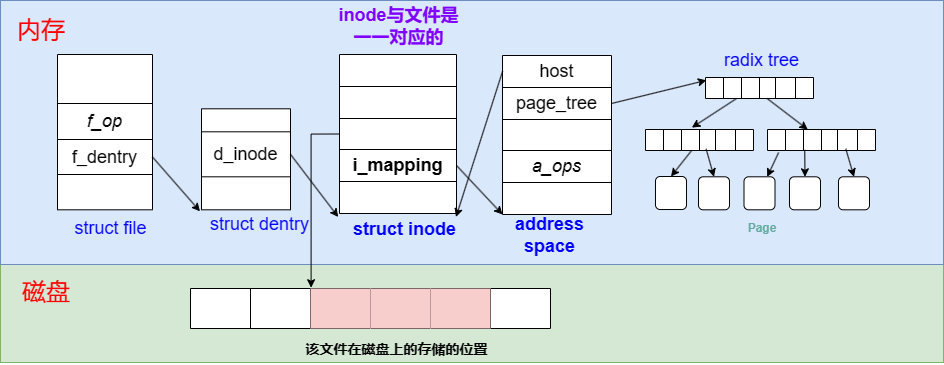
SixPlusAndTimes/drawio keeps this draw.io diagram as OS/mmap/mmap.drawio.png. Above is the earlier version. Source tidied: cells renumbered, new cells last; positions are measured from the earlier drawing's top-left corner, leaving out a move shared by most shapes.
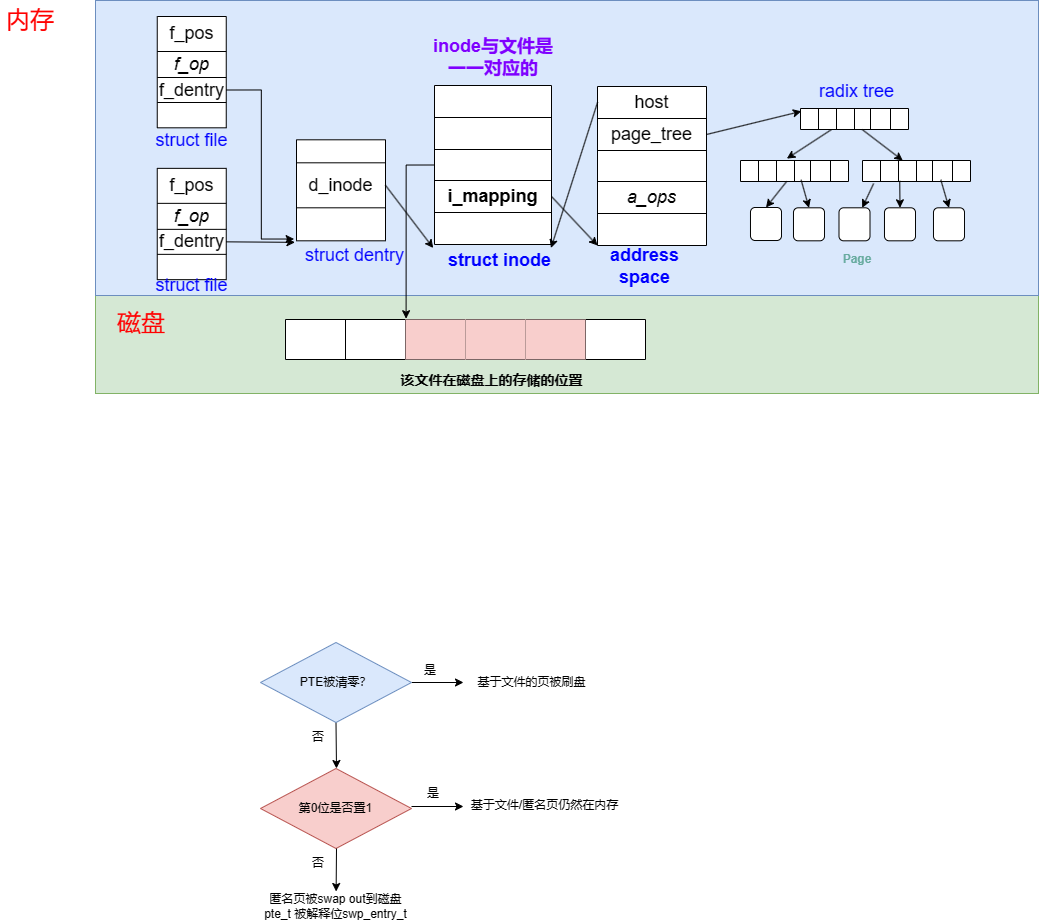
Above is the later version.

Diff of the diagram source:
```diff
@@ -6,37 +6,37 @@
       <mxGeometry y="264" width="943" height="98" as="geometry" />
     </mxCell>
     <mxCell id="3" style="rounded=0;whiteSpace=wrap;html=1;fillColor=#dae8fc;strokeColor=#6c8ebf;" parent="1" vertex="1">
-      <mxGeometry width="943" height="264" as="geometry" />
+      <mxGeometry y="-31" width="943" height="295" as="geometry" />
     </mxCell>
     <mxCell id="4" style="shape=table;startSize=0;" parent="1" vertex="1">
-      <mxGeometry x="57" y="54" width="95" height="155.3" as="geometry" />
+      <mxGeometry x="61.8" y="136.9" width="69" height="111.3" as="geometry" />
     </mxCell>
     <mxCell id="5" style="shape=tableRow;horizontal=0;startSize=0;swimlaneHead=0;swimlaneBody=0;strokeColor=inherit;top=0;left=0;bottom=0;right=0;fillColor=none;" parent="4" vertex="1">
-      <mxGeometry width="95" height="49" as="geometry" />
+      <mxGeometry width="69" height="35" as="geometry" />
     </mxCell>
-    <mxCell id="6" style="shape=partialRectangle;html=1;whiteSpace=wrap;strokeColor=inherit;overflow=hidden;fillColor=none;top=0;left=0;bottom=0;right=0;" parent="5" vertex="1">
-      <mxGeometry width="95" height="49" as="geometry" />
+    <mxCell id="6" value="&lt;font style=&quot;font-size: 18px;&quot;&gt;f_pos&lt;/font&gt;" style="shape=partialRectangle;html=1;whiteSpace=wrap;strokeColor=inherit;overflow=hidden;fillColor=none;top=0;left=0;bottom=0;right=0;" parent="5" vertex="1">
+      <mxGeometry width="69" height="35" as="geometry" />
     </mxCell>
     <mxCell id="7" style="shape=tableRow;horizontal=0;startSize=0;swimlaneHead=0;swimlaneBody=0;strokeColor=inherit;top=0;left=0;bottom=0;right=0;fillColor=none;" parent="4" vertex="1">
-      <mxGeometry y="49" width="95" height="36" as="geometry" />
+      <mxGeometry y="35" width="69" height="26" as="geometry" />
     </mxCell>
     <mxCell id="8" value="&lt;font style=&quot;font-size: 18px;&quot;&gt;&lt;i&gt;f_op&lt;/i&gt;&lt;/font&gt;" style="shape=partialRectangle;html=1;whiteSpace=wrap;strokeColor=inherit;overflow=hidden;fillColor=none;top=0;left=0;bottom=0;right=0;" parent="7" vertex="1">
-      <mxGeometry width="95" height="36" as="geometry" />
+      <mxGeometry width="69" height="26" as="geometry" />
     </mxCell>
     <mxCell id="9" style="shape=tableRow;horizontal=0;startSize=0;swimlaneHead=0;swimlaneBody=0;strokeColor=inherit;top=0;left=0;bottom=0;right=0;fillColor=none;points=[[0,0.5],[1,0.5]];portConstraint=eastwest;" parent="4" vertex="1">
-      <mxGeometry y="85" width="95" height="35" as="geometry" />
+      <mxGeometry y="61" width="69" height="25" as="geometry" />
     </mxCell>
     <mxCell id="10" value="&lt;font style=&quot;font-size: 18px;&quot;&gt;f_dentry&lt;/font&gt;" style="shape=partialRectangle;html=1;whiteSpace=wrap;strokeColor=inherit;overflow=hidden;fillColor=none;top=0;left=0;bottom=0;right=0;" parent="9" vertex="1">
-      <mxGeometry width="95" height="35" as="geometry" />
+      <mxGeometry width="69" height="25" as="geometry" />
     </mxCell>
     <mxCell id="11" style="shape=tableRow;horizontal=0;startSize=0;swimlaneHead=0;swimlaneBody=0;strokeColor=inherit;top=0;left=0;bottom=0;right=0;fillColor=none;" parent="4" vertex="1">
-      <mxGeometry y="120" width="95" height="35" as="geometry" />
+      <mxGeometry y="86" width="69" height="25" as="geometry" />
     </mxCell>
     <mxCell id="12" style="shape=partialRectangle;html=1;whiteSpace=wrap;strokeColor=inherit;overflow=hidden;fillColor=none;top=0;left=0;bottom=0;right=0;" parent="11" vertex="1">
-      <mxGeometry width="95" height="35" as="geometry" />
+      <mxGeometry width="69" height="25" as="geometry" />
     </mxCell>
     <mxCell id="13" value="&lt;font color=&quot;#0000ff&quot; style=&quot;font-size: 18px;&quot;&gt;struct file&lt;/font&gt;" style="text;html=1;strokeColor=none;fillColor=none;align=center;verticalAlign=middle;whiteSpace=wrap;rounded=0;" parent="1" vertex="1">
-      <mxGeometry x="67.5" y="213" width="84.5" height="30" as="geometry" />
+      <mxGeometry x="54" y="239.3" width="84.5" height="30" as="geometry" />
     </mxCell>
     <mxCell id="14" value="&lt;font color=&quot;#0000ff&quot; style=&quot;font-size: 18px;&quot;&gt;struct dentry&lt;/font&gt;" style="text;html=1;strokeColor=none;fillColor=none;align=center;verticalAlign=middle;whiteSpace=wrap;rounded=0;" parent="1" vertex="1">
       <mxGeometry x="203" y="209.3" width="113" height="30" as="geometry" />
@@ -144,7 +144,7 @@
       <mxGeometry relative="1" as="geometry" />
     </mxCell>
     <mxCell id="49" value="&lt;font color=&quot;#ff0000&quot; style=&quot;font-size: 24px;&quot;&gt;内存&lt;/font&gt;" style="text;html=1;strokeColor=none;fillColor=none;align=center;verticalAlign=middle;whiteSpace=wrap;rounded=0;" parent="1" vertex="1">
-      <mxGeometry x="11" y="15" width="60" height="30" as="geometry" />
+      <mxGeometry x="-95" y="-26" width="60" height="30" as="geometry" />
     </mxCell>
     <mxCell id="50" style="shape=table;startSize=0;" parent="1" vertex="1">
       <mxGeometry x="705" y="77" width="108" height="21" as="geometry" />
@@ -302,5 +302,84 @@
     <mxCell id="101" value="&lt;b&gt;&lt;font style=&quot;font-size: 14px;&quot;&gt;该文件在磁盘上的存储的位置&lt;/font&gt;&lt;/b&gt;" style="text;html=1;strokeColor=none;fillColor=none;align=center;verticalAlign=middle;whiteSpace=wrap;rounded=0;" parent="1" vertex="1">
       <mxGeometry x="300" y="334" width="193" height="30" as="geometry" />
     </mxCell>
+    <mxCell id="102" style="edgeStyle=orthogonalEdgeStyle;rounded=0;jettySize=auto;html=1;exitX=1;exitY=0.5;exitDx=0;exitDy=0;" parent="1" edge="1" source="104" target="105">
+      <mxGeometry relative="1" as="geometry" />
+    </mxCell>
+    <mxCell id="103" style="rounded=0;jettySize=auto;html=1;exitX=0.5;exitY=1;exitDx=0;exitDy=0;" parent="1" edge="1" source="104">
+      <mxGeometry relative="1" as="geometry">
+        <mxPoint x="241" y="737" as="targetPoint" />
+      </mxGeometry>
+    </mxCell>
+    <mxCell id="104" value="PTE被清零？" style="rhombus;whiteSpace=wrap;html=1;fillColor=#dae8fc;strokeColor=#6c8ebf;" parent="1" vertex="1">
+      <mxGeometry x="165" y="611" width="151" height="80" as="geometry" />
+    </mxCell>
+    <mxCell id="105" value="基于文件的页被刷盘" style="text;html=1;strokeColor=none;fillColor=none;align=center;verticalAlign=middle;whiteSpace=wrap;rounded=0;" parent="1" vertex="1">
+      <mxGeometry x="368" y="636" width="137" height="30" as="geometry" />
+    </mxCell>
+    <mxCell id="106" value="是" style="text;html=1;strokeColor=none;fillColor=none;align=center;verticalAlign=middle;whiteSpace=wrap;rounded=0;" parent="1" vertex="1">
+      <mxGeometry x="305" y="624" width="60" height="30" as="geometry" />
+    </mxCell>
+    <mxCell id="107" value="否" style="text;html=1;strokeColor=none;fillColor=none;align=center;verticalAlign=middle;whiteSpace=wrap;rounded=0;" parent="1" vertex="1">
+      <mxGeometry x="193" y="691" width="60" height="30" as="geometry" />
+    </mxCell>
+    <mxCell id="108" value="第0位是否置1" style="rhombus;whiteSpace=wrap;html=1;fillColor=#f8cecc;strokeColor=#b85450;" parent="1" vertex="1">
+      <mxGeometry x="165" y="737" width="151" height="80" as="geometry" />
+    </mxCell>
+    <mxCell id="109" style="edgeStyle=orthogonalEdgeStyle;rounded=0;orthogonalLoop=1;jettySize=auto;html=1;exitX=1;exitY=0.5;exitDx=0;exitDy=0;" parent="1" edge="1">
+      <mxGeometry relative="1" as="geometry">
+        <mxPoint x="316" y="775" as="sourcePoint" />
+        <mxPoint x="368" y="775" as="targetPoint" />
+      </mxGeometry>
+    </mxCell>
+    <mxCell id="110" value="基于文件/匿名页仍然在内存" style="text;html=1;strokeColor=none;fillColor=none;align=center;verticalAlign=middle;whiteSpace=wrap;rounded=0;" parent="1" vertex="1">
+      <mxGeometry x="365" y="759" width="169" height="30" as="geometry" />
+    </mxCell>
+    <mxCell id="111" value="是" style="text;html=1;strokeColor=none;fillColor=none;align=center;verticalAlign=middle;whiteSpace=wrap;rounded=0;" parent="1" vertex="1">
+      <mxGeometry x="308" y="747" width="60" height="30" as="geometry" />
+    </mxCell>
+    <mxCell id="112" style="rounded=0;jettySize=auto;html=1;exitX=0.5;exitY=1;exitDx=0;exitDy=0;" parent="1" edge="1" target="114">
+      <mxGeometry relative="1" as="geometry">
+        <mxPoint x="241" y="817" as="sourcePoint" />
+      </mxGeometry>
+    </mxCell>
+    <mxCell id="113" value="否" style="text;html=1;strokeColor=none;fillColor=none;align=center;verticalAlign=middle;whiteSpace=wrap;rounded=0;" parent="1" vertex="1">
+      <mxGeometry x="193" y="817" width="60" height="30" as="geometry" />
+    </mxCell>
+    <mxCell id="114" value="匿名页被swap out到磁盘&lt;br&gt;pte_t 被解释位swp_entry_t" style="text;html=1;strokeColor=none;fillColor=none;align=center;verticalAlign=middle;whiteSpace=wrap;rounded=0;" parent="1" vertex="1">
+      <mxGeometry x="156" y="860" width="169" height="30" as="geometry" />
+    </mxCell>
+    <mxCell id="115" value="&lt;font color=&quot;#0000ff&quot; style=&quot;font-size: 18px;&quot;&gt;struct file&lt;/font&gt;" style="text;html=1;strokeColor=none;fillColor=none;align=center;verticalAlign=middle;whiteSpace=wrap;rounded=0;" parent="1" vertex="1">
+      <mxGeometry x="54" y="94" width="84.5" height="30" as="geometry" />
+    </mxCell>
+    <mxCell id="116" style="shape=table;startSize=0;" parent="1" vertex="1">
+      <mxGeometry x="61.8" y="-15" width="69" height="111.3" as="geometry" />
+    </mxCell>
+    <mxCell id="117" style="shape=tableRow;horizontal=0;startSize=0;swimlaneHead=0;swimlaneBody=0;strokeColor=inherit;top=0;left=0;bottom=0;right=0;fillColor=none;" parent="116" vertex="1">
+      <mxGeometry width="69" height="35" as="geometry" />
+    </mxCell>
+    <mxCell id="118" value="&lt;font style=&quot;font-size: 18px;&quot;&gt;f_pos&lt;/font&gt;" style="shape=partialRectangle;html=1;whiteSpace=wrap;strokeColor=inherit;overflow=hidden;fillColor=none;top=0;left=0;bottom=0;right=0;" parent="117" vertex="1">
+      <mxGeometry width="69" height="35" as="geometry" />
+    </mxCell>
+    <mxCell id="119" style="shape=tableRow;horizontal=0;startSize=0;swimlaneHead=0;swimlaneBody=0;strokeColor=inherit;top=0;left=0;bottom=0;right=0;fillColor=none;" parent="116" vertex="1">
+      <mxGeometry y="35" width="69" height="26" as="geometry" />
+    </mxCell>
+    <mxCell id="120" value="&lt;font style=&quot;font-size: 18px;&quot;&gt;&lt;i&gt;f_op&lt;/i&gt;&lt;/font&gt;" style="shape=partialRectangle;html=1;whiteSpace=wrap;strokeColor=inherit;overflow=hidden;fillColor=none;top=0;left=0;bottom=0;right=0;" parent="119" vertex="1">
+      <mxGeometry width="69" height="26" as="geometry" />
+    </mxCell>
+    <mxCell id="121" style="shape=tableRow;horizontal=0;startSize=0;swimlaneHead=0;swimlaneBody=0;strokeColor=inherit;top=0;left=0;bottom=0;right=0;fillColor=none;points=[[0,0.5],[1,0.5]];portConstraint=eastwest;" parent="116" vertex="1">
+      <mxGeometry y="61" width="69" height="25" as="geometry" />
+    </mxCell>
+    <mxCell id="122" value="&lt;font style=&quot;font-size: 18px;&quot;&gt;f_dentry&lt;/font&gt;" style="shape=partialRectangle;html=1;whiteSpace=wrap;strokeColor=inherit;overflow=hidden;fillColor=none;top=0;left=0;bottom=0;right=0;" parent="121" vertex="1">
+      <mxGeometry width="69" height="25" as="geometry" />
+    </mxCell>
+    <mxCell id="123" style="shape=tableRow;horizontal=0;startSize=0;swimlaneHead=0;swimlaneBody=0;strokeColor=inherit;top=0;left=0;bottom=0;right=0;fillColor=none;" parent="116" vertex="1">
+      <mxGeometry y="86" width="69" height="25" as="geometry" />
+    </mxCell>
+    <mxCell id="124" style="shape=partialRectangle;html=1;whiteSpace=wrap;strokeColor=inherit;overflow=hidden;fillColor=none;top=0;left=0;bottom=0;right=0;" parent="123" vertex="1">
+      <mxGeometry width="69" height="25" as="geometry" />
+    </mxCell>
+    <mxCell id="125" style="edgeStyle=orthogonalEdgeStyle;rounded=0;jettySize=auto;html=1;exitX=1;exitY=0.5;exitDx=0;exitDy=0;entryX=-0.027;entryY=0.946;entryDx=0;entryDy=0;entryPerimeter=0;" parent="1" edge="1" source="121" target="20">
+      <mxGeometry relative="1" as="geometry" />
+    </mxCell>
   </root>
 </mxGraphModel>
```
